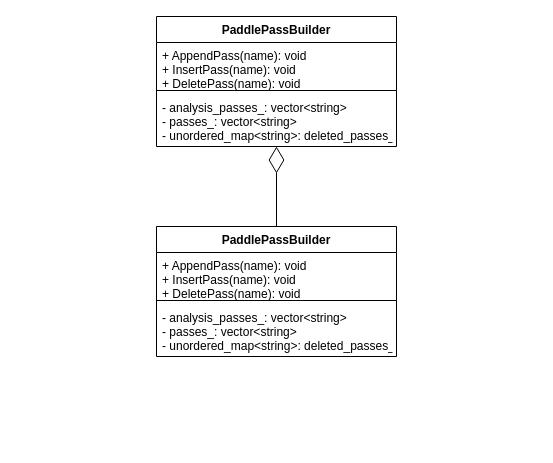
Before: page "pretictor" (1 of 2) of docs/drawio/paddle.drawio in zhangjun/my_notes, a draw.io diagram. Source tidied: cells renumbered, new cells numbered last; positions are measured from the earlier drawing's top-left corner, leaving out a move shared by most shapes. Both pictures are drawn from the tidied source at 100%, with x=0, y=0 at pixel (156, 16).
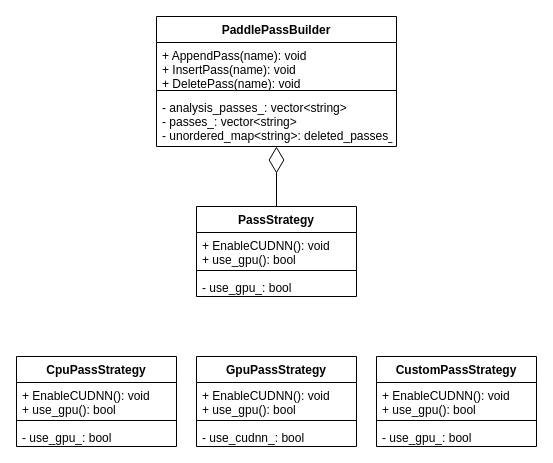
The same diagram, later.

Change to the diagram source:
```diff
@@
-    <mxCell id="6" value="PaddlePassBuilder" style="swimlane;fontStyle=1;align=center;verticalAlign=top;horizontal=1;startSize=26;" parent="1" vertex="1">
-      <mxGeometry y="210" width="240" height="130" as="geometry" />
+    <mxCell id="6" value="PassStrategy" style="swimlane;fontStyle=1;align=center;verticalAlign=top;horizontal=1;startSize=26;" parent="1" vertex="1">
+      <mxGeometry x="40" y="190" width="160" height="90" as="geometry" />
     </mxCell>
-    <mxCell id="7" value="+ AppendPass(name): void&#10;+ InsertPass(name): void&#10;+ DeletePass(name): void " style="text;strokeColor=none;fillColor=none;align=left;verticalAlign=top;spacingLeft=4;spacingRight=4;overflow=hidden;" parent="6" vertex="1">
-      <mxGeometry y="26" width="240" height="44" as="geometry" />
+    <mxCell id="7" value="+ EnableCUDNN(): void&#10;+ use_gpu(): bool " style="text;strokeColor=none;fillColor=none;align=left;verticalAlign=top;spacingLeft=4;spacingRight=4;overflow=hidden;" parent="6" vertex="1">
+      <mxGeometry y="26" width="160" height="34" as="geometry" />
     </mxCell>
     <mxCell id="8" style="line;strokeWidth=1;fillColor=none;align=left;verticalAlign=middle;spacingTop=-1;spacingLeft=3;spacingRight=3;labelPosition=right;" parent="6" vertex="1">
-      <mxGeometry y="70" width="240" height="8" as="geometry" />
+      <mxGeometry y="60" width="160" height="8" as="geometry" />
     </mxCell>
-    <mxCell id="9" value="- analysis_passes_: vector&lt;string&gt;&#10;- passes_: vector&lt;string&gt;&#10;- unordered_map&lt;string&gt;: deleted_passes_" style="text;strokeColor=none;fillColor=none;align=left;verticalAlign=top;spacingLeft=4;spacingRight=4;overflow=hidden;" parent="6" vertex="1">
-      <mxGeometry y="78" width="240" height="52" as="geometry" />
+    <mxCell id="9" value="- use_gpu_: bool" style="text;strokeColor=none;fillColor=none;align=left;verticalAlign=top;spacingLeft=4;spacingRight=4;overflow=hidden;" parent="6" vertex="1">
+      <mxGeometry y="68" width="160" height="22" as="geometry" />
     </mxCell>
@@
+    <mxCell id="11" value="CpuPassStrategy" style="swimlane;fontStyle=1;align=center;verticalAlign=top;horizontal=1;startSize=26;" parent="1" vertex="1">
+      <mxGeometry x="-140" y="340" width="160" height="90" as="geometry" />
+    </mxCell>
+    <mxCell id="12" value="+ EnableCUDNN(): void&#10;+ use_gpu(): bool " style="text;strokeColor=none;fillColor=none;align=left;verticalAlign=top;spacingLeft=4;spacingRight=4;overflow=hidden;" parent="11" vertex="1">
+      <mxGeometry y="26" width="160" height="34" as="geometry" />
+    </mxCell>
+    <mxCell id="13" style="line;strokeWidth=1;fillColor=none;align=left;verticalAlign=middle;spacingTop=-1;spacingLeft=3;spacingRight=3;labelPosition=right;" parent="11" vertex="1">
+      <mxGeometry y="60" width="160" height="8" as="geometry" />
+    </mxCell>
+    <mxCell id="14" value="- use_gpu_: bool" style="text;strokeColor=none;fillColor=none;align=left;verticalAlign=top;spacingLeft=4;spacingRight=4;overflow=hidden;" parent="11" vertex="1">
+      <mxGeometry y="68" width="160" height="22" as="geometry" />
+    </mxCell>
+    <mxCell id="15" value="GpuPassStrategy" style="swimlane;fontStyle=1;align=center;verticalAlign=top;horizontal=1;startSize=26;" parent="1" vertex="1">
+      <mxGeometry x="40" y="340" width="160" height="90" as="geometry" />
+    </mxCell>
+    <mxCell id="16" value="+ EnableCUDNN(): void&#10;+ use_gpu(): bool " style="text;strokeColor=none;fillColor=none;align=left;verticalAlign=top;spacingLeft=4;spacingRight=4;overflow=hidden;" parent="15" vertex="1">
+      <mxGeometry y="26" width="160" height="34" as="geometry" />
+    </mxCell>
+    <mxCell id="17" style="line;strokeWidth=1;fillColor=none;align=left;verticalAlign=middle;spacingTop=-1;spacingLeft=3;spacingRight=3;labelPosition=right;" parent="15" vertex="1">
+      <mxGeometry y="60" width="160" height="8" as="geometry" />
+    </mxCell>
+    <mxCell id="18" value="- use_cudnn_: bool" style="text;strokeColor=none;fillColor=none;align=left;verticalAlign=top;spacingLeft=4;spacingRight=4;overflow=hidden;" parent="15" vertex="1">
+      <mxGeometry y="68" width="160" height="22" as="geometry" />
+    </mxCell>
+    <mxCell id="19" value="CustomPassStrategy" style="swimlane;fontStyle=1;align=center;verticalAlign=top;horizontal=1;startSize=26;" parent="1" vertex="1">
+      <mxGeometry x="220" y="340" width="160" height="90" as="geometry" />
+    </mxCell>
+    <mxCell id="20" value="+ EnableCUDNN(): void&#10;+ use_gpu(): bool " style="text;strokeColor=none;fillColor=none;align=left;verticalAlign=top;spacingLeft=4;spacingRight=4;overflow=hidden;" parent="19" vertex="1">
+      <mxGeometry y="26" width="160" height="34" as="geometry" />
+    </mxCell>
+    <mxCell id="21" style="line;strokeWidth=1;fillColor=none;align=left;verticalAlign=middle;spacingTop=-1;spacingLeft=3;spacingRight=3;labelPosition=right;" parent="19" vertex="1">
+      <mxGeometry y="60" width="160" height="8" as="geometry" />
+    </mxCell>
+    <mxCell id="22" value="- use_gpu_: bool" style="text;strokeColor=none;fillColor=none;align=left;verticalAlign=top;spacingLeft=4;spacingRight=4;overflow=hidden;" parent="19" vertex="1">
+      <mxGeometry y="68" width="160" height="22" as="geometry" />
+    </mxCell>
```
